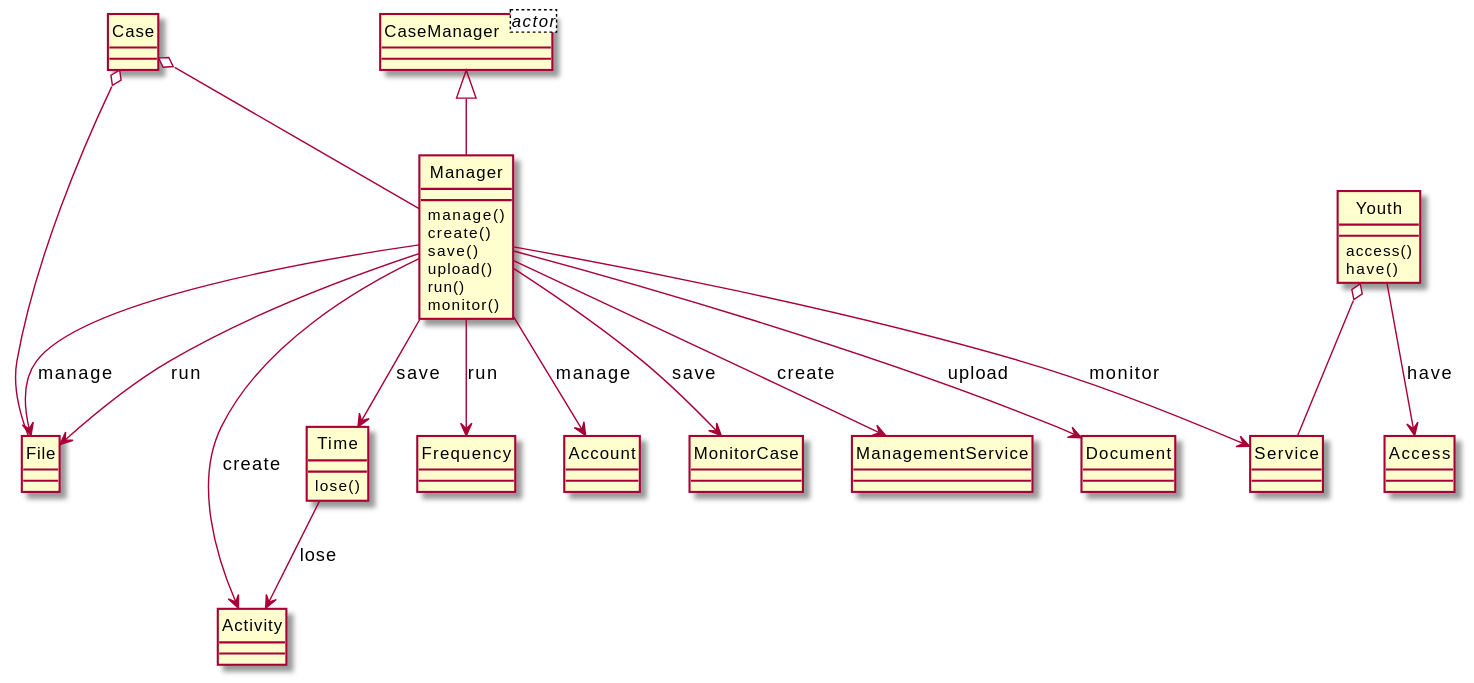
xixixhalu/DomainModelExtractor keeps this PlantUML diagram as output/diagram_5/2014-USC-Project08.svg. Above is the earlier version.
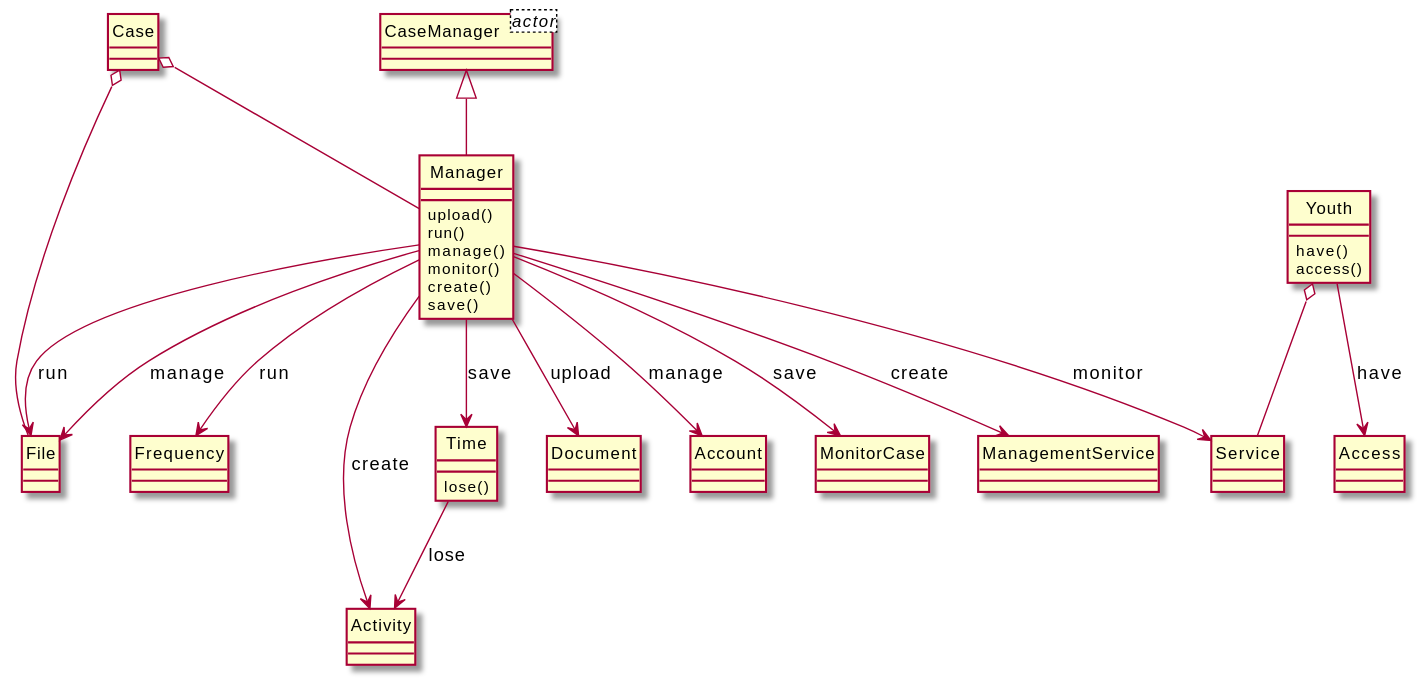
After the change.

Change to the diagram source:
```diff
@@ -4,55 +4,55 @@
 }
 class Case {
 }
+class Manager {
+	upload()
+	run()
+	manage()
+	monitor()
+	create()
+	save()
+}
 class File {
 }
-class Manager {
-	manage()
-	create()
-	save()
-	upload()
-	run()
-	monitor()
+class Service {
 }
-class Service {
+class Youth {
+	have()
+	access()
+}
+class Access {
+}
+class Frequency {
 }
 class Time {
 	lose()
 }
 class Activity {
 }
-class Frequency {
+class Document {
 }
 class Account {
-}
-class Youth {
-	access()
-	have()
 }
 class MonitorCase {
 }
 class ManagementService {
 }
-class Document {
-}
-class Access {
-}
 class CaseManager {
 }
+Manager --> Document : upload
+Youth --> Access : have
+CaseManager <|-- Manager
+Manager --> Activity : create
+Manager --> File : run
+Manager --> ManagementService : create
+Manager --> Account : manage
+Case o-- File
+Case o-- Manager
+Manager --> Frequency : run
+Manager --> Service : monitor
+Manager --> MonitorCase : save
+Youth o-- Service
+Time --> Activity : lose
 Manager --> File : manage
 Manager --> Time : save
-Youth o-- Service
-Manager --> ManagementService : create
-Manager --> Account : manage
-Time --> Activity : lose
-CaseManager <|-- Manager
-Manager --> Activity : create
-Manager --> Document : upload
-Manager --> Service : monitor
-Youth --> Access : have
-Case o-- File
-Case o-- Manager
-Manager --> MonitorCase : save
-Manager --> Frequency : run
-Manager --> File : run
 @enduml
```
